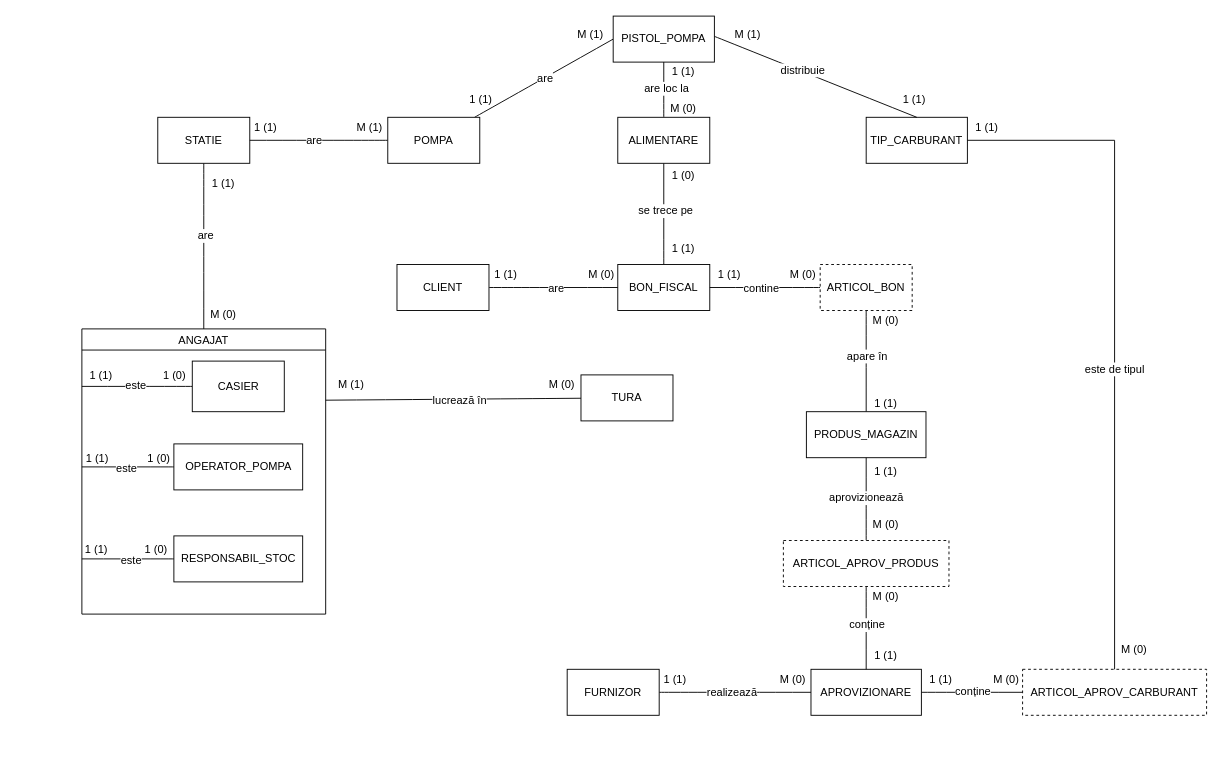
The draw.io diagram resurse/drawio/diagrama_er.drawio in matei-calomfirescu/Benzinarie-DB, before the edit. Source tidied: cells renumbered, new cells numbered last; positions are measured from the earlier drawing's top-left corner, leaving out a move shared by most shapes. Both pictures are drawn from the tidied source at 92%, with x=0, y=0 at pixel (81, 16).
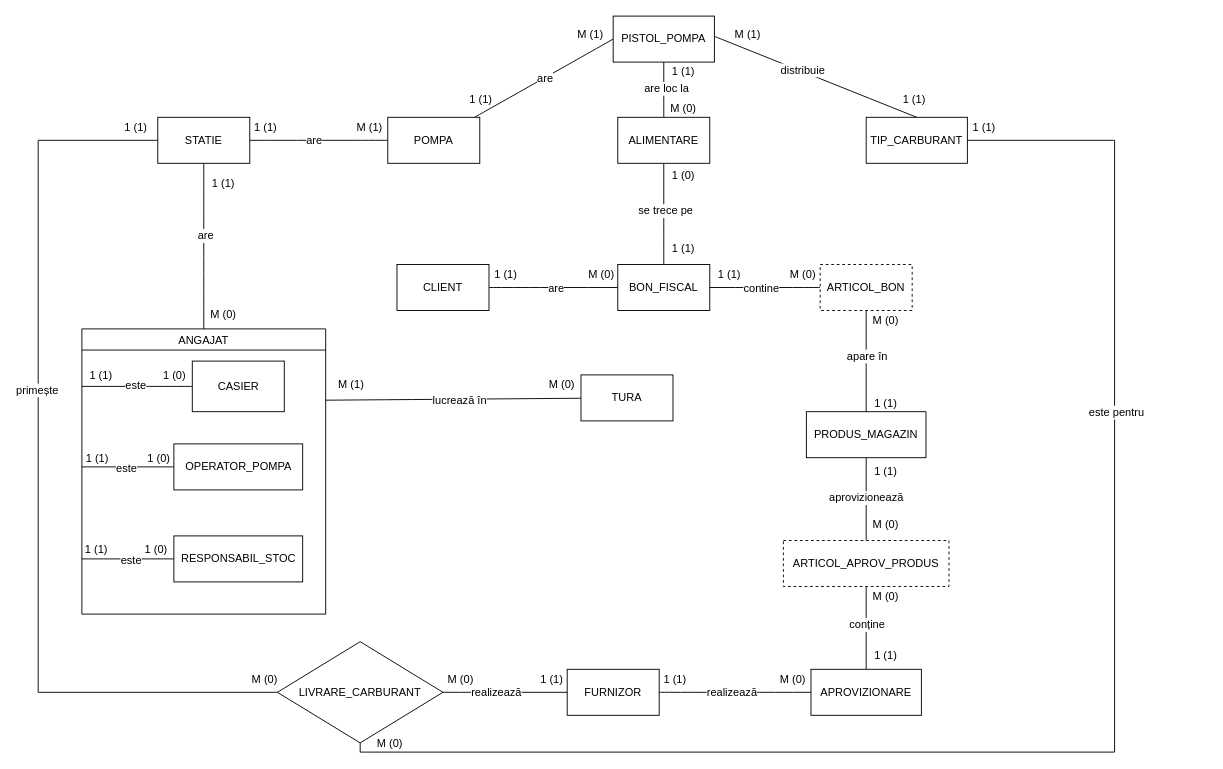
Above is the later version.

The change refers to these unchanged cells:
```xml
<mxCell id="6" value="STATIE" style="html=1;dashed=0;whiteSpace=wrap;strokeColor=default;" parent="1" vertex="1">
  <mxGeometry x="83" y="110" width="100" height="50" as="geometry" />
</mxCell>
<mxCell id="16" value="TIP_CARBURANT" style="html=1;dashed=0;whiteSpace=wrap;" parent="1" vertex="1">
  <mxGeometry x="853" y="110" width="110" height="50" as="geometry" />
</mxCell>
<mxCell id="46" value="FURNIZOR" style="html=1;dashed=0;whiteSpace=wrap;" parent="1" vertex="1">
  <mxGeometry x="528" y="710" width="100" height="50" as="geometry" />
</mxCell>
<mxCell id="51" value="APROVIZIONARE" style="html=1;dashed=0;whiteSpace=wrap;" parent="1" vertex="1">
  <mxGeometry x="793" y="710" width="120" height="50" as="geometry" />
</mxCell>
```

Change to the diagram source:
```diff
@@
+    <mxCell id="93" style="edgeStyle=orthogonalEdgeStyle;rounded=0;jettySize=auto;html=1;fontSize=12;startSize=8;endSize=8;endArrow=none;endFill=0;" parent="1" edge="1" source="6" target="101">
+      <mxGeometry relative="1" as="geometry">
+        <Array as="points">
+          <mxPoint x="-47" y="135" />
+          <mxPoint x="-47" y="735" />
+        </Array>
+      </mxGeometry>
+    </mxCell>
+    <mxCell id="94" value="primește" style="edgeLabel;html=1;align=center;verticalAlign=middle;fontSize=12;" parent="93" vertex="1">
+      <mxGeometry x="-0.19" y="-2" relative="1" as="geometry" />
+    </mxCell>
+    <mxCell id="95" value="1 (1)" style="edgeLabel;html=1;align=center;verticalAlign=middle;fontSize=12;" parent="93" vertex="1">
+      <mxGeometry x="-0.95" y="2" relative="1" as="geometry">
+        <mxPoint y="-17" as="offset" />
+      </mxGeometry>
+    </mxCell>
+    <mxCell id="96" value="M (0)" style="edgeLabel;html=1;align=center;verticalAlign=middle;fontSize=12;" parent="93" vertex="1">
+      <mxGeometry x="0.97" y="3" relative="1" as="geometry">
+        <mxPoint y="-12" as="offset" />
+      </mxGeometry>
+    </mxCell>
@@
-    <mxCell id="47" style="edgeStyle=none;curved=1;rounded=0;jettySize=auto;html=1;fontSize=12;startSize=8;endSize=8;endArrow=none;endFill=0;" parent="1" edge="1" source="51" target="88">
-      <mxGeometry relative="1" as="geometry" />
-    </mxCell>
-    <mxCell id="48" value="conține" style="edgeLabel;html=1;align=center;verticalAlign=middle;fontSize=12;" parent="47" vertex="1">
-      <mxGeometry y="2" relative="1" as="geometry" />
-    </mxCell>
-    <mxCell id="49" value="M (0)" style="edgeLabel;html=1;align=center;verticalAlign=middle;fontSize=12;" parent="47" vertex="1">
-      <mxGeometry x="0.65" y="1" relative="1" as="geometry">
-        <mxPoint y="-14" as="offset" />
-      </mxGeometry>
-    </mxCell>
-    <mxCell id="50" value="1 (1)" style="edgeLabel;html=1;align=center;verticalAlign=middle;fontSize=12;" parent="47" vertex="1">
-      <mxGeometry x="-0.74" y="1" relative="1" as="geometry">
-        <mxPoint x="6" y="-14" as="offset" />
-      </mxGeometry>
-    </mxCell>
@@
-    <mxCell id="88" value="ARTICOL_APROV_CARBURANT" style="html=1;dashed=1;whiteSpace=wrap;" parent="1" vertex="1">
-      <mxGeometry x="1023" y="710" width="200" height="50" as="geometry" />
-    </mxCell>
-    <mxCell id="89" style="edgeStyle=segmentEdgeStyle;endArrow=none;html=1;curved=0;rounded=0;endSize=8;startSize=8;fontSize=12;entryX=0.5;entryY=0;entryDx=0;entryDy=0;exitX=1;exitY=0.5;exitDx=0;exitDy=0;endFill=0;" parent="1" edge="1" source="16" target="88">
-      <mxGeometry relative="1" as="geometry" />
-    </mxCell>
-    <mxCell id="90" value="este de tipul" style="edgeLabel;html=1;align=center;verticalAlign=middle;fontSize=12;" parent="89" vertex="1">
-      <mxGeometry x="0.11" y="-1" relative="1" as="geometry" />
-    </mxCell>
-    <mxCell id="91" value="1 (1)" style="edgeLabel;html=1;align=center;verticalAlign=middle;fontSize=12;" parent="89" vertex="1">
-      <mxGeometry x="-0.95" relative="1" as="geometry">
-        <mxPoint x="2" y="-15" as="offset" />
-      </mxGeometry>
-    </mxCell>
-    <mxCell id="92" value="M (0)" style="edgeLabel;html=1;align=center;verticalAlign=middle;fontSize=12;" parent="89" vertex="1">
-      <mxGeometry x="0.94" relative="1" as="geometry">
-        <mxPoint x="20" as="offset" />
-      </mxGeometry>
-    </mxCell>
+    <mxCell id="97" style="edgeStyle=none;curved=1;rounded=0;jettySize=auto;html=1;entryX=0;entryY=0.5;entryDx=0;entryDy=0;fontSize=12;startSize=8;endSize=8;endArrow=none;endFill=0;" parent="1" edge="1" source="101" target="46">
+      <mxGeometry relative="1" as="geometry" />
+    </mxCell>
+    <mxCell id="98" value="realizează" style="edgeLabel;html=1;align=center;verticalAlign=middle;fontSize=12;" parent="97" vertex="1">
+      <mxGeometry x="-0.16" relative="1" as="geometry" />
+    </mxCell>
+    <mxCell id="99" value="1 (1)" style="edgeLabel;html=1;align=center;verticalAlign=middle;fontSize=12;" parent="97" vertex="1">
+      <mxGeometry x="0.73" y="1" relative="1" as="geometry">
+        <mxPoint y="-14" as="offset" />
+      </mxGeometry>
+    </mxCell>
+    <mxCell id="100" value="M (0)" style="edgeLabel;html=1;align=center;verticalAlign=middle;fontSize=12;" parent="97" vertex="1">
+      <mxGeometry x="-0.74" y="1" relative="1" as="geometry">
+        <mxPoint y="-14" as="offset" />
+      </mxGeometry>
+    </mxCell>
+    <mxCell id="101" value="LIVRARE_CARBURANT" style="shape=rhombus;html=1;dashed=0;whiteSpace=wrap;perimeter=rhombusPerimeter;" parent="1" vertex="1">
+      <mxGeometry x="213" y="680" width="180" height="110" as="geometry" />
+    </mxCell>
+    <mxCell id="102" style="endArrow=none;html=1;rounded=0;fontSize=12;startSize=8;endSize=8;exitX=0.5;exitY=1;exitDx=0;exitDy=0;edgeStyle=orthogonalEdgeStyle;entryX=1;entryY=0.5;entryDx=0;entryDy=0;" parent="1" edge="1" source="101" target="16">
+      <mxGeometry relative="1" as="geometry">
+        <Array as="points">
+          <mxPoint x="303" y="800" />
+          <mxPoint x="1123" y="800" />
+          <mxPoint x="1123" y="135" />
+        </Array>
+      </mxGeometry>
+    </mxCell>
+    <mxCell id="103" value="este pentru" style="edgeLabel;html=1;align=center;verticalAlign=middle;fontSize=12;" parent="102" vertex="1">
+      <mxGeometry x="0.45" y="-1" relative="1" as="geometry" />
+    </mxCell>
+    <mxCell id="104" value="1 (1)" style="edgeLabel;html=1;align=center;verticalAlign=middle;fontSize=12;" parent="102" vertex="1">
+      <mxGeometry x="0.98" y="2" relative="1" as="geometry">
+        <mxPoint y="-17" as="offset" />
+      </mxGeometry>
+    </mxCell>
+    <mxCell id="105" value="M (0)" style="edgeLabel;html=1;align=center;verticalAlign=middle;fontSize=12;" parent="102" vertex="1">
+      <mxGeometry x="-0.95" y="-1" relative="1" as="geometry">
+        <mxPoint y="-11" as="offset" />
+      </mxGeometry>
+    </mxCell>
```
